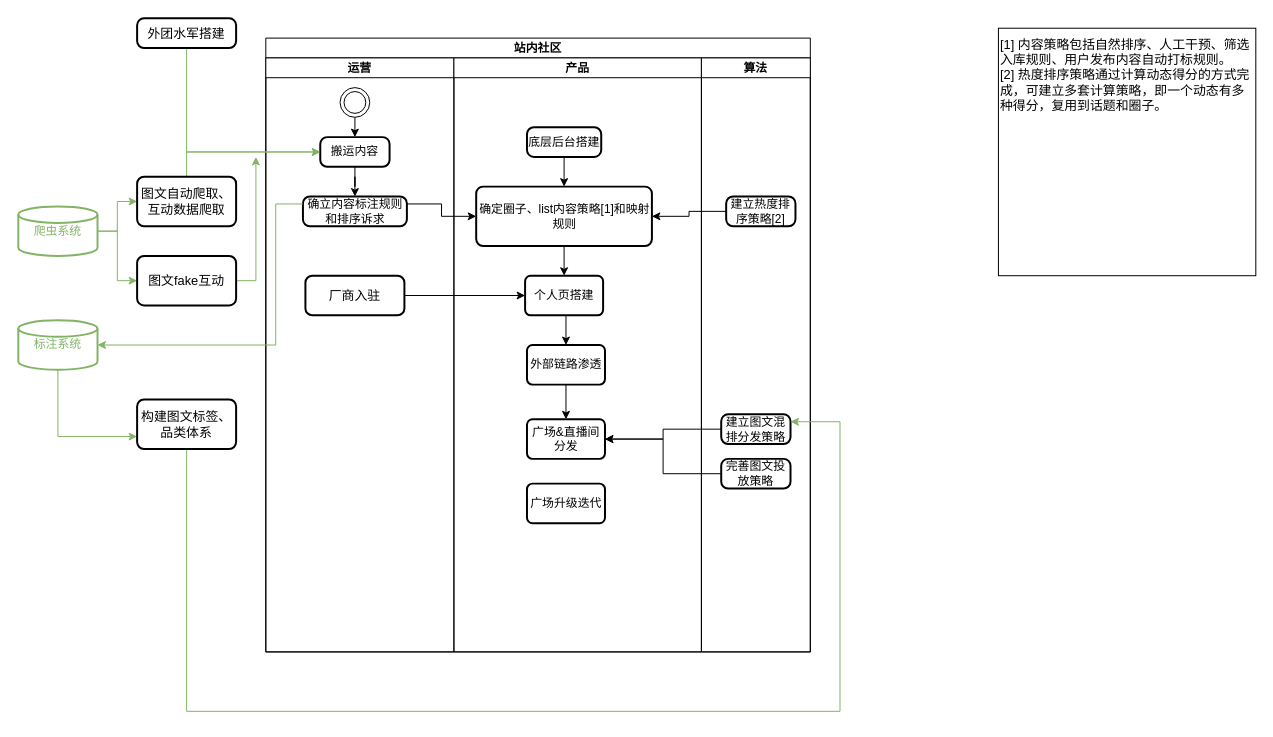
Above: huya_community_workflow.drawio in GraceYongqi/huya_design (draw.io), before the change. Source tidied: cells renumbered, new cells numbered last; positions are measured from the earlier drawing's top-left corner, leaving out a move shared by most shapes. Both pictures are drawn from the tidied source at 99%, with x=0, y=0 at pixel (18, 18).
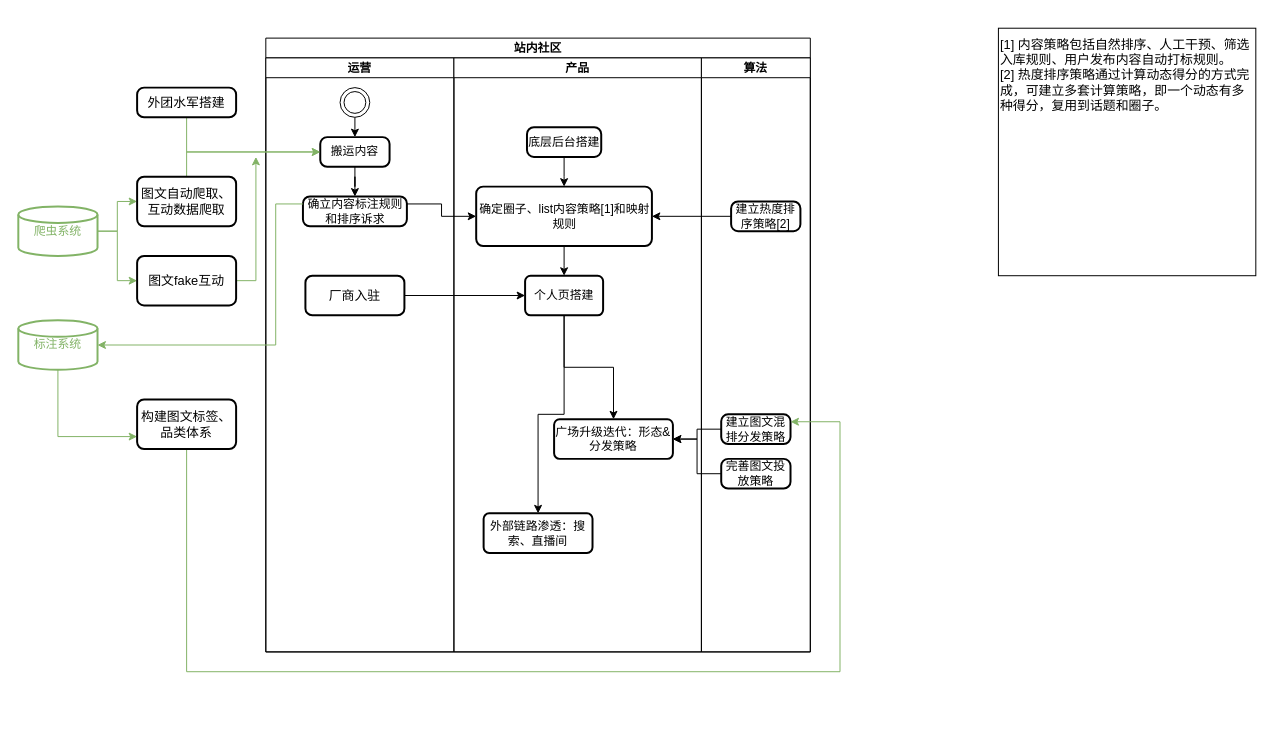
The same page after the edit.

The change refers to these unchanged cells:
```xml
<mxCell id="2" value="站内社区" style="swimlane;startSize=20;" parent="1" vertex="1">
  <mxGeometry x="250" y="20" width="550" height="620" as="geometry" />
</mxCell>
<mxCell id="7" value="搬运内容" style="rounded=1;whiteSpace=wrap;html=1;absoluteArcSize=1;arcSize=14;strokeWidth=2;" parent="3" vertex="1">
  <mxGeometry x="55" y="80" width="70" height="30" as="geometry" />
</mxCell>
<mxCell id="10" value="产品" style="swimlane;startSize=20;" parent="2" vertex="1">
  <mxGeometry x="190" y="20" width="250" height="600" as="geometry" />
</mxCell>
<mxCell id="16" value="个人页搭建" style="whiteSpace=wrap;html=1;rounded=1;arcSize=14;strokeWidth=2;" parent="10" vertex="1">
  <mxGeometry x="71.9" y="220" width="78.8" height="40" as="geometry" />
</mxCell>
<mxCell id="21" value="算法" style="swimlane;startSize=20;" parent="2" vertex="1">
  <mxGeometry x="440" y="20" width="110" height="600" as="geometry" />
</mxCell>
<mxCell id="23" value="建立图文混排分发策略" style="rounded=1;whiteSpace=wrap;html=1;absoluteArcSize=1;arcSize=14;strokeWidth=2;" parent="21" vertex="1">
  <mxGeometry x="20" y="360" width="70" height="30" as="geometry" />
</mxCell>
<mxCell id="24" value="完善图文投放策略" style="rounded=1;whiteSpace=wrap;html=1;absoluteArcSize=1;arcSize=14;strokeWidth=2;" parent="21" vertex="1">
  <mxGeometry x="20" y="405" width="70" height="30" as="geometry" />
</mxCell>
<mxCell id="44" value="构建图文标签、品类体系" style="rounded=1;whiteSpace=wrap;html=1;absoluteArcSize=1;arcSize=14;strokeWidth=2;fontSize=13;" parent="1" vertex="1">
  <mxGeometry x="120" y="385" width="100" height="50" as="geometry" />
</mxCell>
```

Change to the diagram source:
```diff
@@
+    <mxCell id="45" style="edgeStyle=orthogonalEdgeStyle;rounded=0;jettySize=auto;html=1;exitX=0.5;exitY=1;exitDx=0;exitDy=0;entryX=0.5;entryY=0;entryDx=0;entryDy=0;fontSize=13;fontColor=#FF3333;strokeColor=#000000;" parent="10" edge="1" source="16" target="18">
+      <mxGeometry relative="1" as="geometry" />
+    </mxCell>
@@
-    <mxCell id="17" value="广场&amp;amp;直播间分发" style="whiteSpace=wrap;html=1;rounded=1;arcSize=14;strokeWidth=2;" parent="10" vertex="1">
-      <mxGeometry x="73.8" y="365" width="78.8" height="40" as="geometry" />
-    </mxCell>
-    <mxCell id="18" value="广场升级迭代" style="whiteSpace=wrap;html=1;rounded=1;arcSize=14;strokeWidth=2;" parent="10" vertex="1">
-      <mxGeometry x="73.8" y="430" width="78.8" height="40" as="geometry" />
+    <mxCell id="18" value="广场升级迭代：形态&amp;amp;分发策略" style="whiteSpace=wrap;html=1;rounded=1;arcSize=14;strokeWidth=2;" parent="10" vertex="1">
+      <mxGeometry x="101.2" y="365" width="120" height="40" as="geometry" />
     </mxCell>
-    <mxCell id="19" style="edgeStyle=orthogonalEdgeStyle;rounded=0;jettySize=auto;html=1;exitX=0.5;exitY=1;exitDx=0;exitDy=0;entryX=0.5;entryY=0;entryDx=0;entryDy=0;fontSize=13;fontColor=#FF3333;strokeColor=#000000;" parent="10" edge="1" source="20" target="17">
-      <mxGeometry relative="1" as="geometry" />
-    </mxCell>
-    <mxCell id="20" value="外部链路渗透" style="whiteSpace=wrap;html=1;rounded=1;arcSize=14;strokeWidth=2;" parent="10" vertex="1">
-      <mxGeometry x="73.8" y="290" width="78.8" height="40" as="geometry" />
+    <mxCell id="20" value="外部链路渗透：搜索、直播间" style="whiteSpace=wrap;html=1;rounded=1;arcSize=14;strokeWidth=2;" parent="10" vertex="1">
+      <mxGeometry x="30" y="460" width="110" height="40" as="geometry" />
     </mxCell>
@@
     <mxCell id="22" value="建立热度排序策略[2]" style="rounded=1;whiteSpace=wrap;html=1;absoluteArcSize=1;arcSize=14;strokeWidth=2;" parent="21" vertex="1">
-      <mxGeometry x="25" y="140" width="70" height="30" as="geometry" />
+      <mxGeometry x="30" y="145" width="70" height="30" as="geometry" />
     </mxCell>
@@
-    <mxCell id="27" style="edgeStyle=orthogonalEdgeStyle;rounded=0;jettySize=auto;html=1;exitX=0;exitY=0.5;exitDx=0;exitDy=0;fontSize=13;strokeColor=#000000;" parent="2" edge="1" source="23" target="17">
+    <mxCell id="27" style="edgeStyle=orthogonalEdgeStyle;rounded=0;jettySize=auto;html=1;exitX=0;exitY=0.5;exitDx=0;exitDy=0;fontSize=13;strokeColor=#000000;entryX=1;entryY=0.5;entryDx=0;entryDy=0;" parent="2" edge="1" source="23" target="18">
       <mxGeometry relative="1" as="geometry" />
     </mxCell>
-    <mxCell id="28" style="edgeStyle=orthogonalEdgeStyle;rounded=0;jettySize=auto;html=1;exitX=0;exitY=0.5;exitDx=0;exitDy=0;fontSize=13;strokeColor=#000000;" parent="2" edge="1" source="24" target="17">
+    <mxCell id="28" style="edgeStyle=orthogonalEdgeStyle;rounded=0;jettySize=auto;html=1;exitX=0;exitY=0.5;exitDx=0;exitDy=0;fontSize=13;strokeColor=#000000;entryX=1;entryY=0.5;entryDx=0;entryDy=0;" parent="2" edge="1" source="24" target="18">
       <mxGeometry relative="1" as="geometry" />
     </mxCell>
@@
     <mxCell id="35" style="edgeStyle=orthogonalEdgeStyle;rounded=0;jettySize=auto;html=1;exitX=0.5;exitY=1;exitDx=0;exitDy=0;fontSize=13;strokeColor=#82B366;entryX=0;entryY=0.5;entryDx=0;entryDy=0;" parent="1" edge="1" source="36" target="7">
       <mxGeometry relative="1" as="geometry">
         <Array as="points">
-          <mxPoint x="170" y="30" />
           <mxPoint x="170" y="135" />
         </Array>
       </mxGeometry>
     </mxCell>
     <mxCell id="36" value="外团水军搭建" style="rounded=1;whiteSpace=wrap;html=1;absoluteArcSize=1;arcSize=14;strokeWidth=2;fontSize=13;" parent="1" vertex="1">
-      <mxGeometry x="120" width="100" height="30" as="geometry" />
+      <mxGeometry x="120" y="70" width="100" height="30" as="geometry" />
     </mxCell>
@@
     <mxCell id="43" style="edgeStyle=orthogonalEdgeStyle;rounded=0;jettySize=auto;html=1;exitX=0.5;exitY=1;exitDx=0;exitDy=0;entryX=1;entryY=0.25;entryDx=0;entryDy=0;fontSize=13;fontColor=#82B366;strokeColor=#82B366;" parent="1" edge="1" source="44" target="23">
       <mxGeometry relative="1" as="geometry">
         <Array as="points">
-          <mxPoint x="170" y="700" />
-          <mxPoint x="830" y="700" />
+          <mxPoint x="170" y="660" />
+          <mxPoint x="830" y="660" />
           <mxPoint x="830" y="408" />
         </Array>
       </mxGeometry>
     </mxCell>
```
